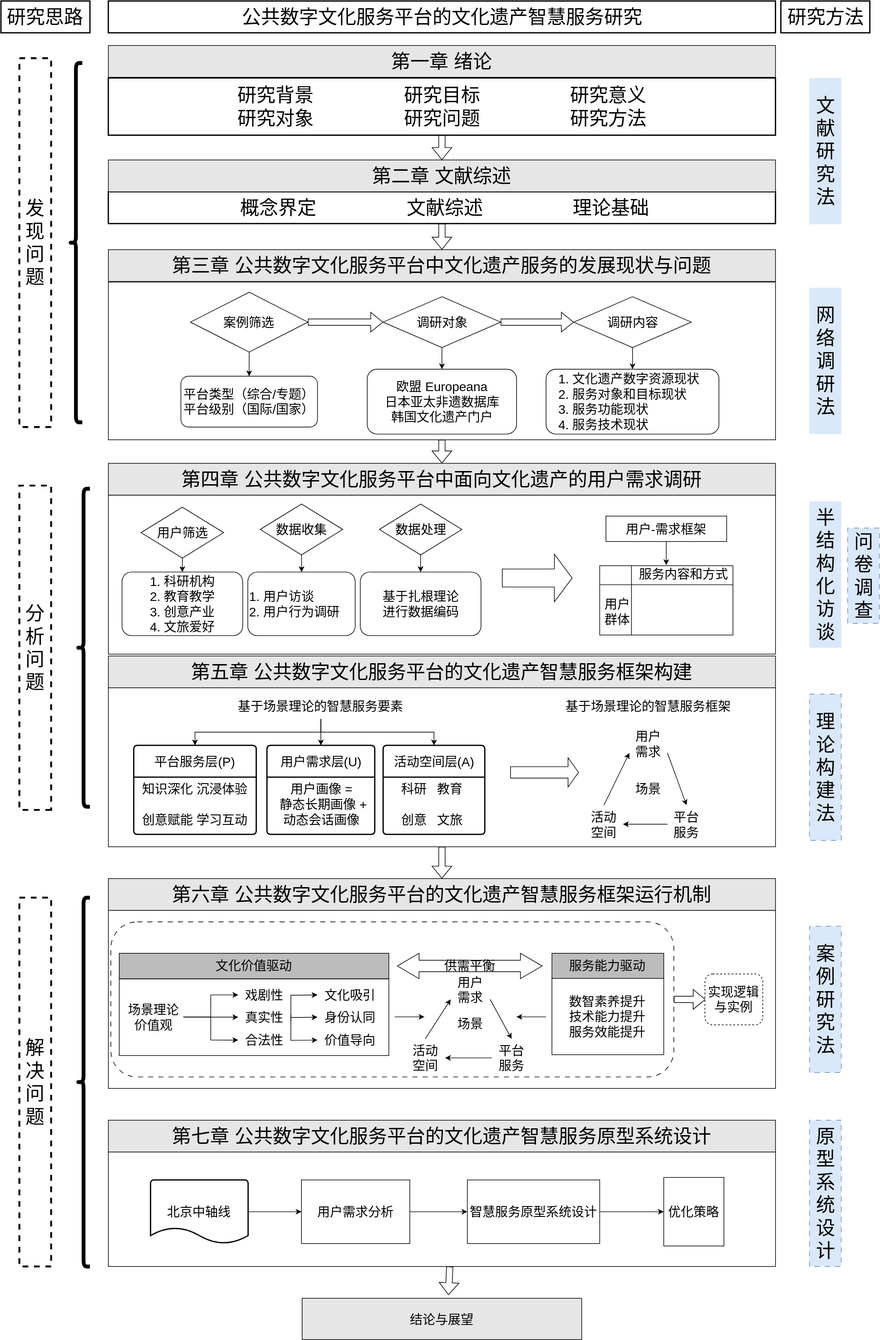
The draw.io diagram 开题结构图.drawio.svg in Utah-wu/draw.io, before a commit. Source tidied: cells renumbered, new cells last; positions are measured from the earlier drawing's top-left corner, leaving out a move shared by most shapes.
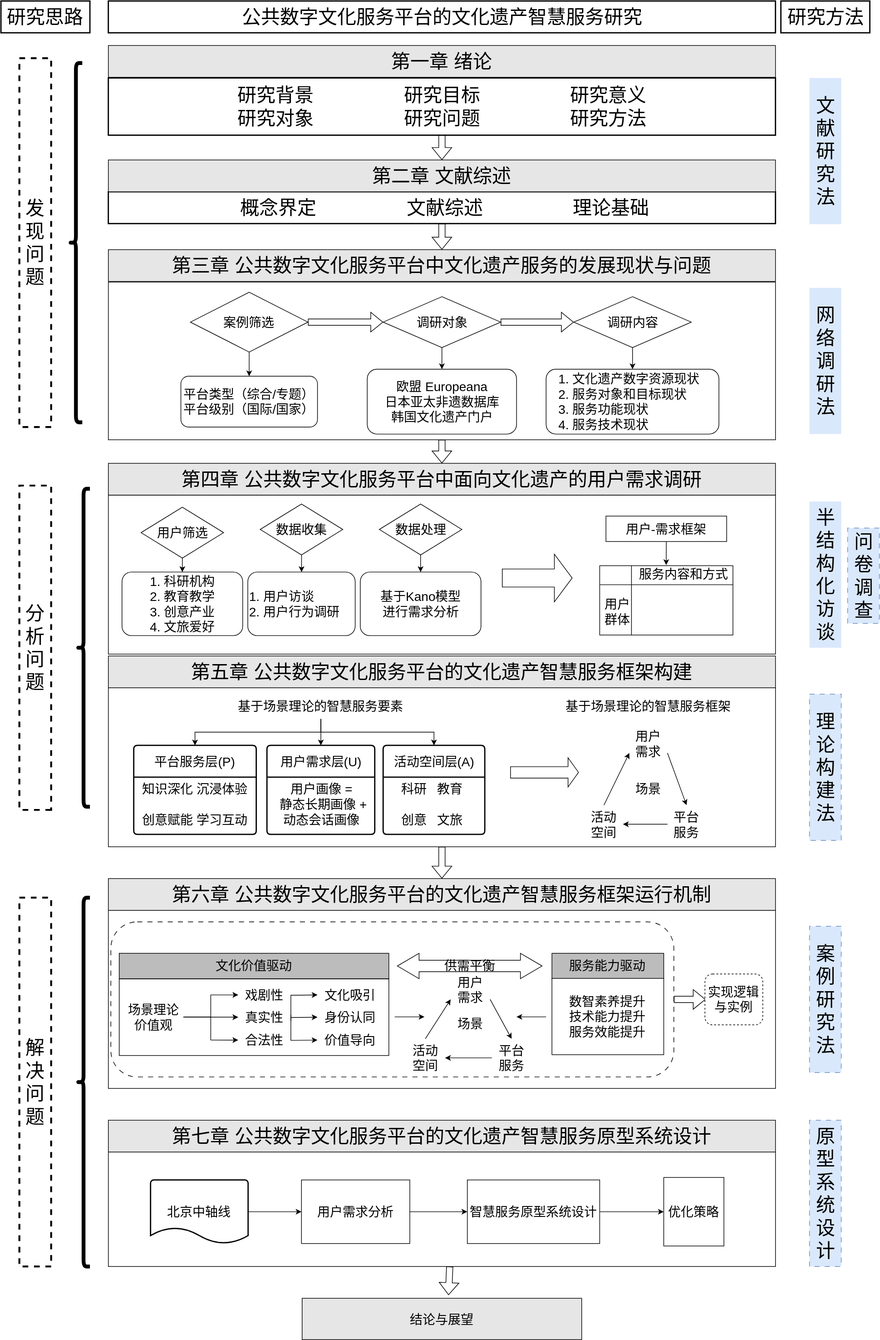
The same file after the commit.

Commit message:
更新开题结构图.drawio.svg

Change to the diagram source:
```diff
@@ -112,7 +112,7 @@
     <mxCell id="37" value="数据处理" style="rhombus;whiteSpace=wrap;html=1;fontSize=20;" parent="1" vertex="1">
       <mxGeometry x="595.5" y="791" width="130" height="80" as="geometry" />
     </mxCell>
-    <mxCell id="38" value="基于扎根理论&lt;div&gt;进行数据编码&lt;/div&gt;" style="rounded=1;whiteSpace=wrap;html=1;fontSize=20;" parent="1" vertex="1">
+    <mxCell id="38" value="基于Kano模型&lt;div&gt;进行需求分析&lt;br&gt;&lt;/div&gt;" style="rounded=1;whiteSpace=wrap;html=1;fontSize=20;" parent="1" vertex="1">
       <mxGeometry x="565.5" y="898" width="190" height="100" as="geometry" />
     </mxCell>
     <mxCell id="39" style="edgeStyle=orthogonalEdgeStyle;rounded=0;jettySize=auto;html=1;" parent="1" edge="1" source="40" target="41">
```
